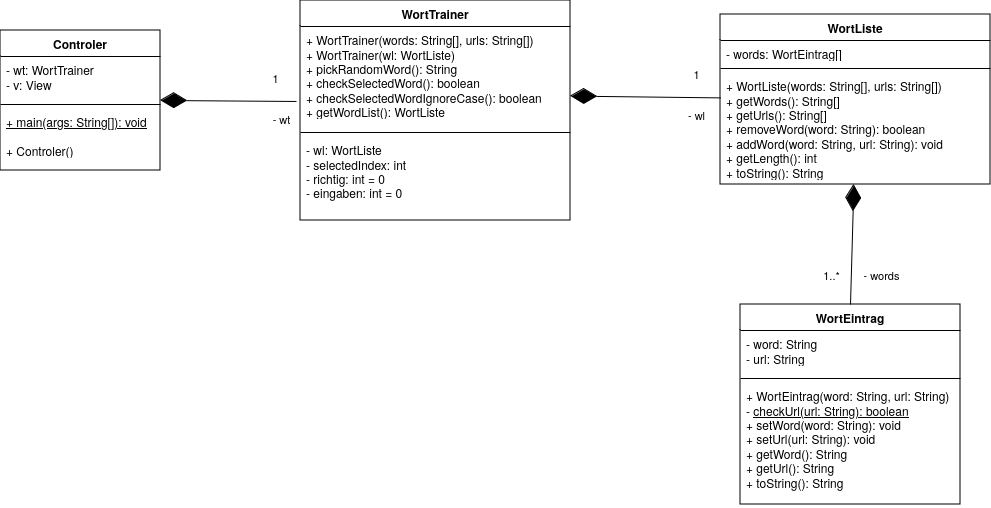
Earlier version of the draw.io export doc/worttrainer.drawio.png (TGM-HIT/sew9-2425-worttrainer-czlabinger). Source tidied: cells renumbered, new cells last; positions are measured from the earlier drawing's top-left corner, leaving out a move shared by most shapes.
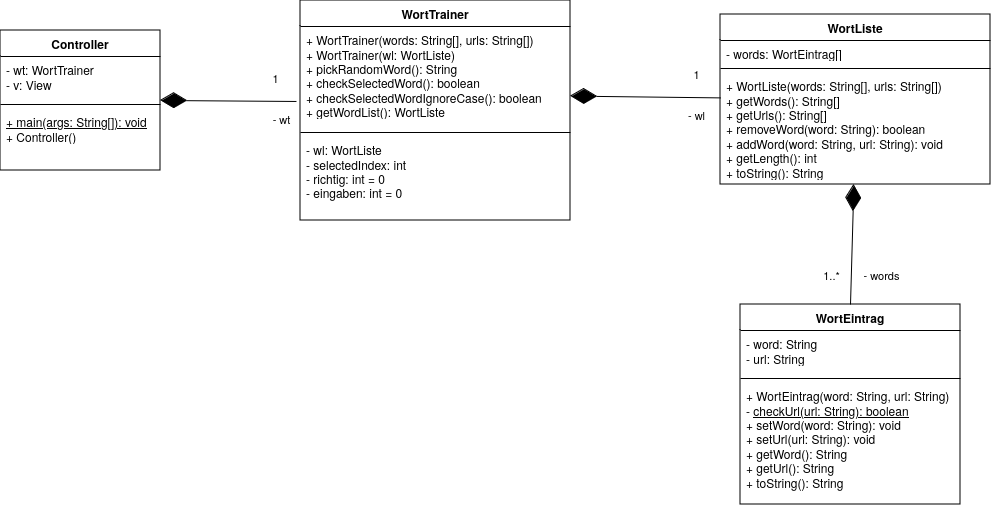
The same diagram one commit later.

The edit, as a diff of the source:
```diff
@@ -66,7 +66,7 @@
         <mxPoint x="15" y="-21" as="offset" />
       </mxGeometry>
     </mxCell>
-    <mxCell id="20" value="Controler" style="swimlane;fontStyle=1;align=center;verticalAlign=top;horizontal=1;startSize=26;whiteSpace=wrap;html=1;" parent="1" vertex="1">
+    <mxCell id="20" value="&lt;div&gt;Controller&lt;/div&gt;" style="swimlane;fontStyle=1;align=center;verticalAlign=top;horizontal=1;startSize=26;whiteSpace=wrap;html=1;" parent="1" vertex="1">
       <mxGeometry y="30" width="160" height="140" as="geometry" />
     </mxCell>
     <mxCell id="21" value="&lt;div&gt;- wt: WortTrainer&lt;/div&gt;&lt;div&gt;- v: View&lt;br&gt;&lt;/div&gt;" style="text;strokeColor=none;fillColor=none;align=left;verticalAlign=top;spacingLeft=4;spacingRight=4;overflow=hidden;whiteSpace=wrap;html=1;" parent="20" vertex="1">
@@ -75,7 +75,7 @@
     <mxCell id="22" style="line;strokeWidth=1;fillColor=none;align=left;verticalAlign=middle;spacingTop=-1;spacingLeft=3;spacingRight=3;labelPosition=right;strokeColor=inherit;" parent="20" vertex="1">
       <mxGeometry y="70" width="160" height="8" as="geometry" />
     </mxCell>
-    <mxCell id="23" value="&lt;div&gt;&lt;u&gt;+ main(args: String[]): void&lt;/u&gt;&lt;/div&gt;&lt;div&gt;&lt;u&gt;&lt;br&gt;&lt;/u&gt;&lt;/div&gt;+ Controler()" style="text;strokeColor=none;fillColor=none;align=left;verticalAlign=top;spacingLeft=4;spacingRight=4;overflow=hidden;whiteSpace=wrap;html=1;" parent="20" vertex="1">
+    <mxCell id="23" value="&lt;div&gt;&lt;u&gt;+ main(args: String[]): void&lt;/u&gt;&lt;/div&gt;+ Controller()" style="text;strokeColor=none;fillColor=none;align=left;verticalAlign=top;spacingLeft=4;spacingRight=4;overflow=hidden;whiteSpace=wrap;html=1;" parent="20" vertex="1">
       <mxGeometry y="78" width="160" height="62" as="geometry" />
     </mxCell>
     <mxCell id="24" style="endArrow=diamondThin;endFill=1;endSize=24;html=1;rounded=0;exitX=-0.015;exitY=0.735;exitDx=0;exitDy=0;exitPerimeter=0;" parent="1" edge="1" source="3">
```
